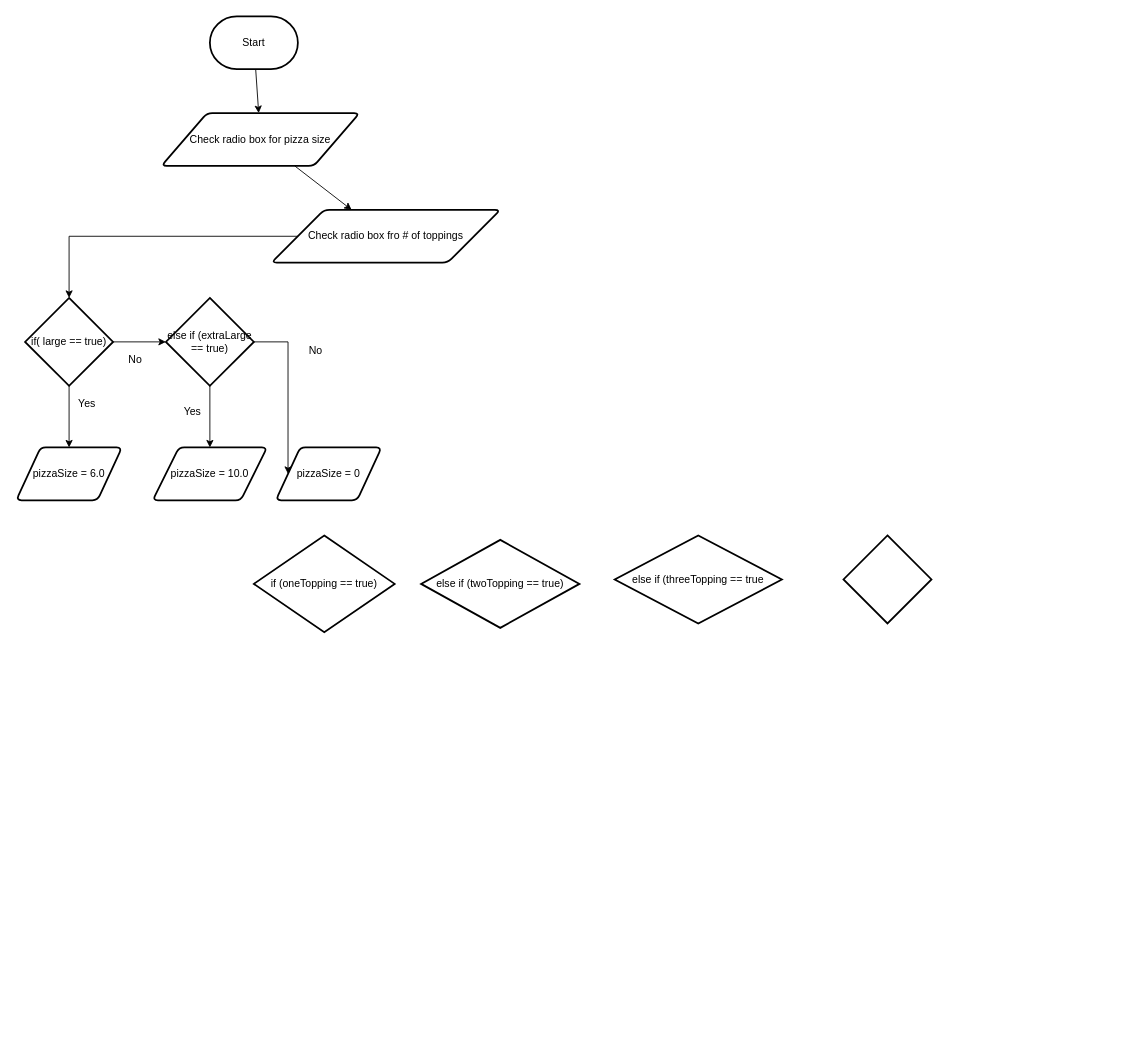
Earlier version of the draw.io diagram design/flow-chart.drawio (Lucas-Tyman/ICS2O-Assignment-04-). Source tidied: cells renumbered, new cells numbered last; positions are measured from the earlier drawing's top-left corner, leaving out a move shared by most shapes. Both pictures are drawn from the tidied source at 88%, with x=0, y=0 at pixel (16, 16).
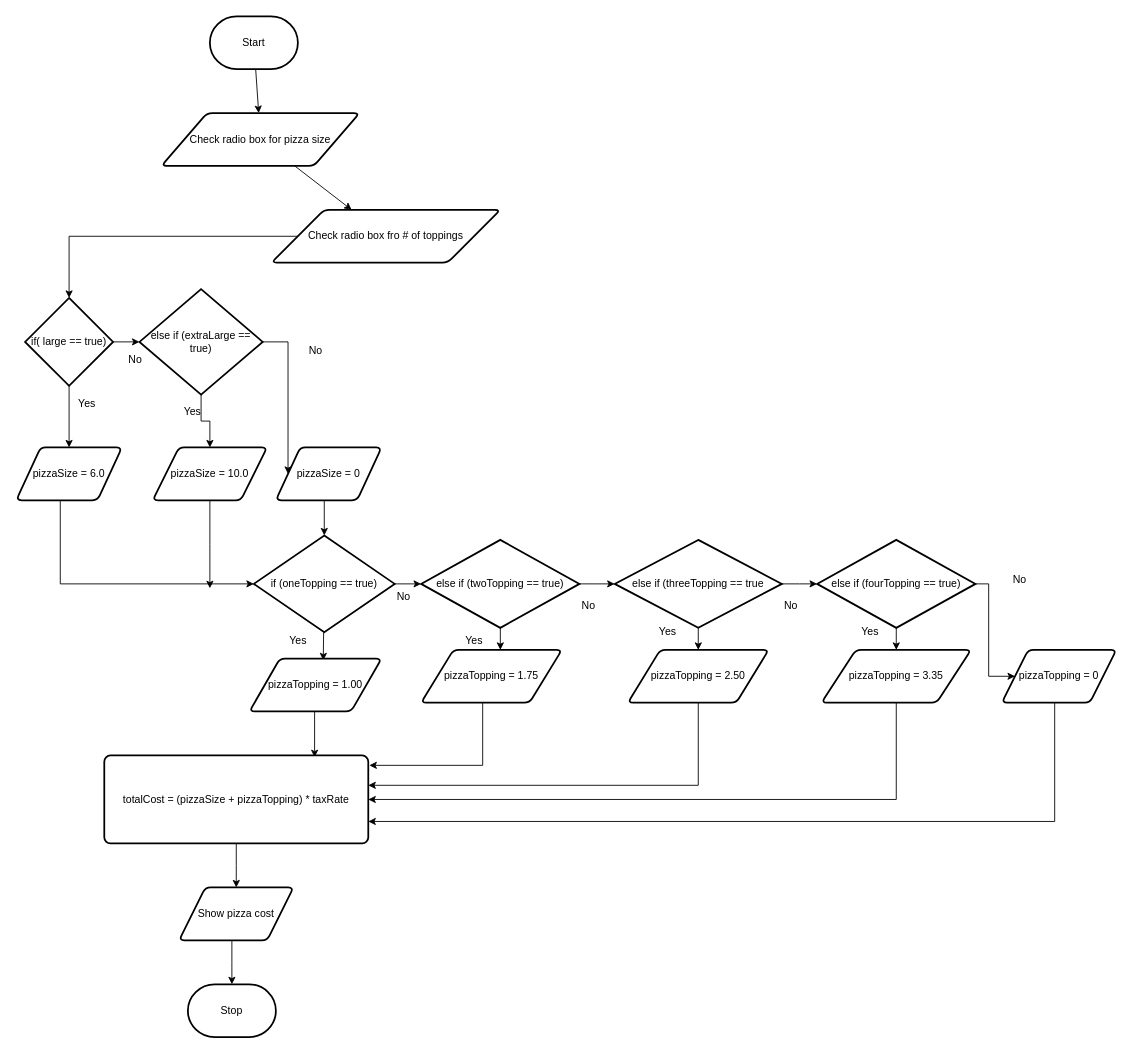
Above is the later version.

Commit message (it also covers changes not shown here):
flow chart

The change refers to these unchanged cells:
```xml
<mxCell id="14" value="pizzaSize = 6.0" style="shape=parallelogram;html=1;strokeWidth=2;perimeter=parallelogramPerimeter;whiteSpace=wrap;rounded=1;arcSize=12;size=0.23;" parent="1" vertex="1">
  <mxGeometry y="490" width="120" height="60" as="geometry" />
</mxCell>
<mxCell id="15" value="pizzaSize = 10.0" style="shape=parallelogram;html=1;strokeWidth=2;perimeter=parallelogramPerimeter;whiteSpace=wrap;rounded=1;arcSize=12;size=0.23;" parent="1" vertex="1">
  <mxGeometry x="155" y="490" width="130" height="60" as="geometry" />
</mxCell>
<mxCell id="16" value="pizzaSize = 0" style="shape=parallelogram;html=1;strokeWidth=2;perimeter=parallelogramPerimeter;whiteSpace=wrap;rounded=1;arcSize=12;size=0.23;" parent="1" vertex="1">
  <mxGeometry x="295" y="490" width="120" height="60" as="geometry" />
</mxCell>
<mxCell id="21" value="if (oneTopping == true)" style="strokeWidth=2;html=1;shape=mxgraph.flowchart.decision;whiteSpace=wrap;" parent="1" vertex="1">
  <mxGeometry x="270" y="590" width="160" height="110" as="geometry" />
</mxCell>
<mxCell id="23" value="else if (twoTopping == true)" style="strokeWidth=2;html=1;shape=mxgraph.flowchart.decision;whiteSpace=wrap;" parent="1" vertex="1">
  <mxGeometry x="460" y="595" width="180" height="100" as="geometry" />
</mxCell>
```

Change to the diagram source:
```diff
@@
     <mxCell id="13" value="else if (extraLarge == true)" style="strokeWidth=2;html=1;shape=mxgraph.flowchart.decision;whiteSpace=wrap;" parent="1" vertex="1">
-      <mxGeometry x="170" y="320" width="100" height="100" as="geometry" />
+      <mxGeometry x="140" y="310" width="140" height="120" as="geometry" />
     </mxCell>
+    <mxCell id="25" style="edgeStyle=elbowEdgeStyle;rounded=0;html=1;entryX=0;entryY=0.5;entryDx=0;entryDy=0;entryPerimeter=0;" parent="1" edge="1" source="14" target="21">
+      <mxGeometry relative="1" as="geometry">
+        <Array as="points">
+          <mxPoint x="50" y="690" />
+        </Array>
+      </mxGeometry>
+    </mxCell>
@@
+    <mxCell id="26" style="edgeStyle=elbowEdgeStyle;rounded=0;html=1;" parent="1" edge="1" source="15">
+      <mxGeometry relative="1" as="geometry">
+        <mxPoint x="220" y="650" as="targetPoint" />
+      </mxGeometry>
+    </mxCell>
@@
+    <mxCell id="27" style="edgeStyle=elbowEdgeStyle;rounded=0;html=1;entryX=0.5;entryY=0;entryDx=0;entryDy=0;entryPerimeter=0;" parent="1" edge="1" source="16" target="21">
+      <mxGeometry relative="1" as="geometry" />
+    </mxCell>
@@
+    <mxCell id="28" style="edgeStyle=none;html=1;entryX=0.559;entryY=0.032;entryDx=0;entryDy=0;entryPerimeter=0;" parent="1" edge="1" source="21" target="45">
+      <mxGeometry relative="1" as="geometry" />
+    </mxCell>
+    <mxCell id="29" style="edgeStyle=elbowEdgeStyle;rounded=0;html=1;entryX=0;entryY=0.5;entryDx=0;entryDy=0;entryPerimeter=0;" parent="1" edge="1" source="21" target="23">
+      <mxGeometry relative="1" as="geometry" />
+    </mxCell>
@@
+    <mxCell id="30" style="edgeStyle=none;html=1;" parent="1" edge="1" source="22" target="37">
+      <mxGeometry relative="1" as="geometry" />
+    </mxCell>
+    <mxCell id="31" style="edgeStyle=elbowEdgeStyle;rounded=0;html=1;" parent="1" edge="1" source="22" target="41">
+      <mxGeometry relative="1" as="geometry" />
+    </mxCell>
-    <mxCell id="22" style="strokeWidth=2;html=1;shape=mxgraph.flowchart.decision;whiteSpace=wrap;" parent="1" vertex="1">
-      <mxGeometry x="940" y="590" width="100" height="100" as="geometry" />
+    <mxCell id="22" value="else if (fourTopping == true)" style="strokeWidth=2;html=1;shape=mxgraph.flowchart.decision;whiteSpace=wrap;" parent="1" vertex="1">
+      <mxGeometry x="910" y="595" width="180" height="100" as="geometry" />
     </mxCell>
+    <mxCell id="32" style="edgeStyle=none;html=1;entryX=0.563;entryY=0;entryDx=0;entryDy=0;entryPerimeter=0;" parent="1" edge="1" source="23" target="43">
+      <mxGeometry relative="1" as="geometry" />
+    </mxCell>
+    <mxCell id="33" style="edgeStyle=elbowEdgeStyle;rounded=0;html=1;entryX=0;entryY=0.5;entryDx=0;entryDy=0;entryPerimeter=0;" parent="1" edge="1" source="23" target="24">
+      <mxGeometry relative="1" as="geometry" />
+    </mxCell>
@@
+    <mxCell id="34" style="edgeStyle=none;html=1;" parent="1" edge="1" source="24" target="39">
+      <mxGeometry relative="1" as="geometry" />
+    </mxCell>
+    <mxCell id="35" style="edgeStyle=elbowEdgeStyle;rounded=0;html=1;entryX=0;entryY=0.5;entryDx=0;entryDy=0;entryPerimeter=0;" parent="1" edge="1" source="24" target="22">
+      <mxGeometry relative="1" as="geometry" />
+    </mxCell>
     <mxCell id="24" value="else if (threeTopping == true" style="strokeWidth=2;html=1;shape=mxgraph.flowchart.decision;whiteSpace=wrap;" parent="1" vertex="1">
-      <mxGeometry x="680" y="590" width="190" height="100" as="geometry" />
+      <mxGeometry x="680" y="595" width="190" height="100" as="geometry" />
     </mxCell>
+    <mxCell id="36" style="edgeStyle=elbowEdgeStyle;rounded=0;html=1;entryX=1;entryY=0.5;entryDx=0;entryDy=0;" parent="1" edge="1" source="37" target="55">
+      <mxGeometry relative="1" as="geometry">
+        <Array as="points">
+          <mxPoint x="1000" y="890" />
+        </Array>
+      </mxGeometry>
+    </mxCell>
+    <mxCell id="37" value="&lt;span&gt;pizzaTopping = 3.35&lt;/span&gt;" style="shape=parallelogram;html=1;strokeWidth=2;perimeter=parallelogramPerimeter;whiteSpace=wrap;rounded=1;arcSize=12;size=0.23;" parent="1" vertex="1">
+      <mxGeometry x="915" y="720" width="170" height="60" as="geometry" />
+    </mxCell>
+    <mxCell id="38" style="edgeStyle=elbowEdgeStyle;rounded=0;html=1;entryX=1;entryY=0.339;entryDx=0;entryDy=0;entryPerimeter=0;" parent="1" edge="1" source="39" target="55">
+      <mxGeometry relative="1" as="geometry">
+        <Array as="points">
+          <mxPoint x="775" y="860" />
+          <mxPoint x="780" y="890" />
+        </Array>
+      </mxGeometry>
+    </mxCell>
+    <mxCell id="39" value="&lt;span&gt;pizzaTopping = 2.50&lt;/span&gt;" style="shape=parallelogram;html=1;strokeWidth=2;perimeter=parallelogramPerimeter;whiteSpace=wrap;rounded=1;arcSize=12;size=0.23;" parent="1" vertex="1">
+      <mxGeometry x="695" y="720" width="160" height="60" as="geometry" />
+    </mxCell>
+    <mxCell id="40" style="edgeStyle=elbowEdgeStyle;rounded=0;html=1;entryX=1;entryY=0.75;entryDx=0;entryDy=0;" parent="1" edge="1" source="41" target="55">
+      <mxGeometry relative="1" as="geometry">
+        <Array as="points">
+          <mxPoint x="1180" y="880" />
+        </Array>
+      </mxGeometry>
+    </mxCell>
+    <mxCell id="41" value="&lt;span&gt;pizzaTopping = 0&lt;/span&gt;" style="shape=parallelogram;html=1;strokeWidth=2;perimeter=parallelogramPerimeter;whiteSpace=wrap;rounded=1;arcSize=12;size=0.23;" parent="1" vertex="1">
+      <mxGeometry x="1120" y="720" width="130" height="60" as="geometry" />
+    </mxCell>
+    <mxCell id="42" style="edgeStyle=elbowEdgeStyle;rounded=0;html=1;entryX=1.004;entryY=0.112;entryDx=0;entryDy=0;entryPerimeter=0;" parent="1" edge="1" source="43" target="55">
+      <mxGeometry relative="1" as="geometry">
+        <Array as="points">
+          <mxPoint x="530" y="800" />
+          <mxPoint x="530" y="840" />
+          <mxPoint x="540" y="850" />
+        </Array>
+      </mxGeometry>
+    </mxCell>
+    <mxCell id="43" value="pizzaTopping = 1.75" style="shape=parallelogram;html=1;strokeWidth=2;perimeter=parallelogramPerimeter;whiteSpace=wrap;rounded=1;arcSize=12;size=0.23;" parent="1" vertex="1">
+      <mxGeometry x="460" y="720" width="160" height="60" as="geometry" />
+    </mxCell>
+    <mxCell id="44" style="edgeStyle=elbowEdgeStyle;rounded=0;html=1;entryX=0.798;entryY=0.02;entryDx=0;entryDy=0;entryPerimeter=0;" parent="1" edge="1" source="45" target="55">
+      <mxGeometry relative="1" as="geometry" />
+    </mxCell>
+    <mxCell id="45" value="pizzaTopping = 1.00" style="shape=parallelogram;html=1;strokeWidth=2;perimeter=parallelogramPerimeter;whiteSpace=wrap;rounded=1;arcSize=12;size=0.23;" parent="1" vertex="1">
+      <mxGeometry x="265" y="730" width="150" height="60" as="geometry" />
+    </mxCell>
+    <mxCell id="46" value="Yes" style="text;html=1;align=center;verticalAlign=middle;strokeColor=none;fillColor=none;" parent="1" vertex="1">
+      <mxGeometry x="300" y="700" width="40" height="20" as="geometry" />
+    </mxCell>
+    <mxCell id="47" value="No" style="text;html=1;align=center;verticalAlign=middle;strokeColor=none;fillColor=none;" parent="1" vertex="1">
+      <mxGeometry x="425" y="650" width="30" height="20" as="geometry" />
+    </mxCell>
+    <mxCell id="48" value="Yes" style="text;html=1;align=center;verticalAlign=middle;strokeColor=none;fillColor=none;" parent="1" vertex="1">
+      <mxGeometry x="500" y="700" width="40" height="20" as="geometry" />
+    </mxCell>
+    <mxCell id="49" value="No" style="text;html=1;align=center;verticalAlign=middle;strokeColor=none;fillColor=none;" parent="1" vertex="1">
+      <mxGeometry x="635" y="660" width="30" height="20" as="geometry" />
+    </mxCell>
+    <mxCell id="50" value="Yes" style="text;html=1;align=center;verticalAlign=middle;strokeColor=none;fillColor=none;" parent="1" vertex="1">
+      <mxGeometry x="720" y="690" width="40" height="20" as="geometry" />
+    </mxCell>
+    <mxCell id="51" value="No" style="text;html=1;align=center;verticalAlign=middle;strokeColor=none;fillColor=none;" parent="1" vertex="1">
+      <mxGeometry x="865" y="660" width="30" height="20" as="geometry" />
+    </mxCell>
+    <mxCell id="52" value="Yes" style="text;html=1;align=center;verticalAlign=middle;strokeColor=none;fillColor=none;" parent="1" vertex="1">
+      <mxGeometry x="950" y="690" width="40" height="20" as="geometry" />
+    </mxCell>
+    <mxCell id="53" value="No" style="text;html=1;align=center;verticalAlign=middle;strokeColor=none;fillColor=none;" parent="1" vertex="1">
+      <mxGeometry x="1125" y="630" width="30" height="20" as="geometry" />
+    </mxCell>
+    <mxCell id="54" style="edgeStyle=elbowEdgeStyle;rounded=0;html=1;entryX=0.5;entryY=0;entryDx=0;entryDy=0;" parent="1" edge="1" source="55" target="58">
+      <mxGeometry relative="1" as="geometry" />
+    </mxCell>
+    <mxCell id="55" value="totalCost = (pizzaSize + pizzaTopping) * taxRate" style="rounded=1;whiteSpace=wrap;html=1;absoluteArcSize=1;arcSize=14;strokeWidth=2;" parent="1" vertex="1">
+      <mxGeometry x="100" y="840" width="300" height="100" as="geometry" />
+    </mxCell>
+    <mxCell id="56" value="Stop" style="strokeWidth=2;html=1;shape=mxgraph.flowchart.terminator;whiteSpace=wrap;" parent="1" vertex="1">
+      <mxGeometry x="195" y="1100" width="100" height="60" as="geometry" />
+    </mxCell>
+    <mxCell id="57" style="edgeStyle=elbowEdgeStyle;rounded=0;html=1;entryX=0.5;entryY=0;entryDx=0;entryDy=0;entryPerimeter=0;" parent="1" edge="1" source="58" target="56">
+      <mxGeometry relative="1" as="geometry" />
+    </mxCell>
+    <mxCell id="58" value="Show pizza cost" style="shape=parallelogram;html=1;strokeWidth=2;perimeter=parallelogramPerimeter;whiteSpace=wrap;rounded=1;arcSize=12;size=0.23;" parent="1" vertex="1">
+      <mxGeometry x="185" y="990" width="130" height="60" as="geometry" />
+    </mxCell>
```
